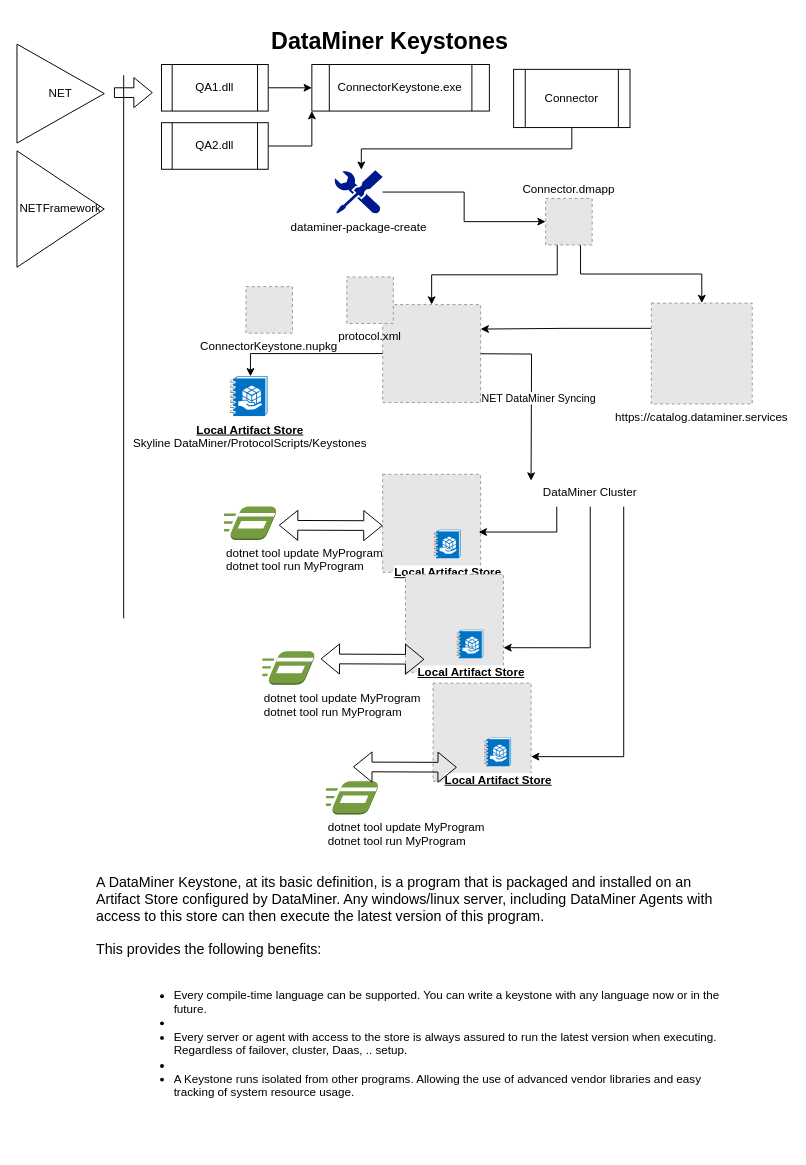
This is ConnectorAndScriptingKeystones.drawio from janstaelensskyline/DrawIO, a draw.io file, before an edit. Source tidied: cells renumbered, new cells numbered last; positions are measured from the earlier drawing's top-left corner, leaving out a move shared by most shapes. Both pictures are drawn from the tidied source at 97%, with x=0, y=0 at pixel (16, 16). Pictures stored in the file or linked from it are replaced by grey dashed boxes.
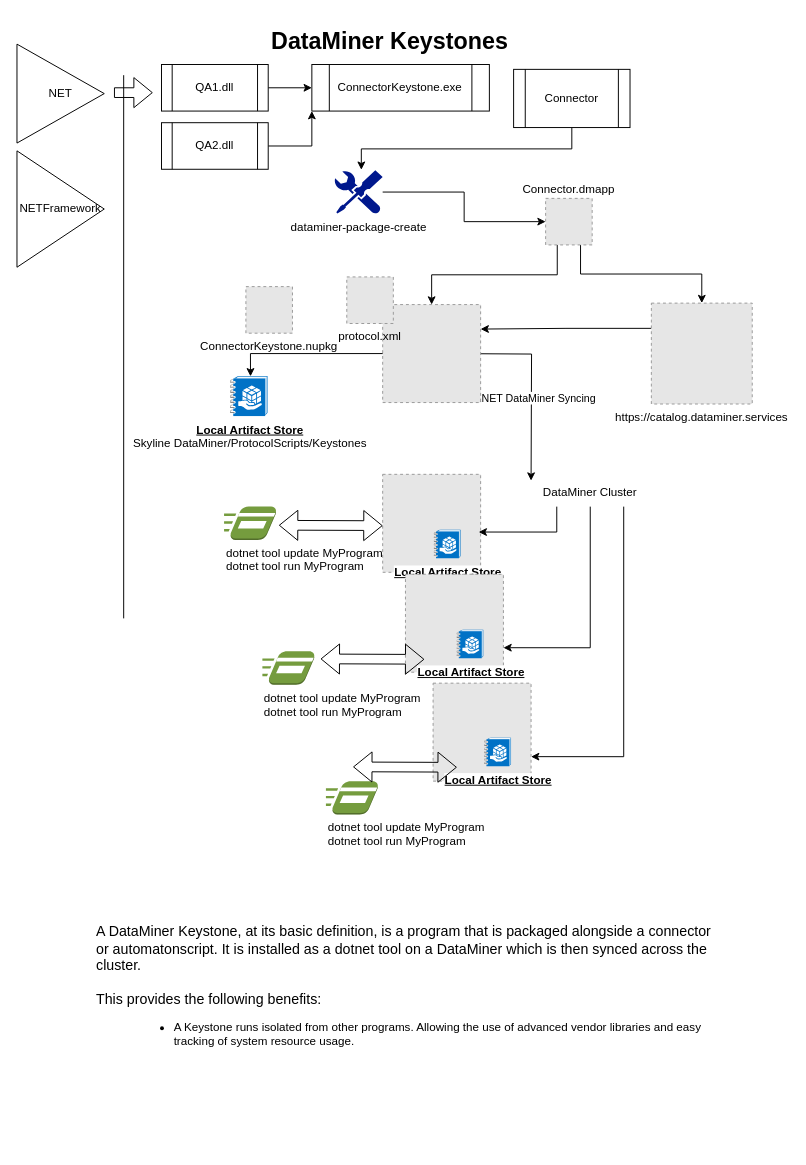
Above is the later version.

What changed in the source:
```diff
@@
-    <mxCell id="27" value="&lt;p style=&quot;margin:0in;font-family:Calibri;font-size:11.0pt&quot; lang=&quot;en-US&quot;&gt;A DataMiner Keystone, at its basic definition, is a program that is packaged and installed on an Artifact Store configured by DataMiner. Any windows/linux server, including DataMiner Agents with access to this store can then execute the latest version of this program.&lt;/p&gt;&lt;p style=&quot;margin:0in;font-family:Calibri;font-size:11.0pt&quot; lang=&quot;en-US&quot;&gt;&lt;br&gt;&lt;/p&gt;&lt;p style=&quot;margin:0in;font-family:Calibri;font-size:11.0pt&quot; lang=&quot;en-US&quot;&gt;This provides the following benefits:&lt;/p&gt;&lt;p style=&quot;margin:0in;font-family:Calibri;font-size:11.0pt&quot; lang=&quot;en-US&quot;&gt;&lt;br&gt;&lt;/p&gt;&lt;blockquote style=&quot;margin: 0 0 0 40px; border: none; padding: 0px;&quot;&gt;&lt;p style=&quot;margin:0in;font-family:Calibri;font-size:11.0pt&quot; lang=&quot;en-US&quot;&gt;&lt;/p&gt;&lt;ul&gt;&lt;li&gt;Every compile-time language can be supported. You can write a keystone with any language now or in the future.&lt;/li&gt;&lt;li&gt;&lt;br&gt;&lt;/li&gt;&lt;li&gt;Every server or agent with access to the store is always assured to run the latest version when executing. Regardless of failover, cluster, Daas, .. setup.&lt;/li&gt;&lt;li&gt;&lt;br&gt;&lt;/li&gt;&lt;li&gt;A Keystone runs isolated from other programs. Allowing the use of advanced vendor libraries and easy tracking of system resource usage.&lt;/li&gt;&lt;/ul&gt;&lt;p&gt;&lt;/p&gt;&lt;/blockquote&gt;&lt;p style=&quot;margin:0in;font-family:Calibri;font-size:11.0pt&quot; lang=&quot;en-US&quot;&gt;&lt;br&gt;&lt;/p&gt;" style="text;whiteSpace=wrap;html=1;" parent="1" vertex="1">
-      <mxGeometry x="80" y="877" width="650" height="290" as="geometry" />
+    <mxCell id="27" value="&lt;p style=&quot;margin:0in;font-family:Calibri;font-size:11.0pt&quot; lang=&quot;en-US&quot;&gt;A DataMiner Keystone, at its basic definition, is a program that is packaged alongside a connector or automatonscript. It is installed as a dotnet tool on a DataMiner which is then synced across the cluster.&amp;nbsp;&lt;/p&gt;&lt;p style=&quot;margin:0in;font-family:Calibri;font-size:11.0pt&quot; lang=&quot;en-US&quot;&gt;&lt;br&gt;&lt;/p&gt;&lt;p style=&quot;margin:0in;font-family:Calibri;font-size:11.0pt&quot; lang=&quot;en-US&quot;&gt;This provides the following benefits:&lt;/p&gt;&lt;blockquote style=&quot;margin: 0 0 0 40px; border: none; padding: 0px;&quot;&gt;&lt;ul&gt;&lt;li&gt;A Keystone runs isolated from other programs. Allowing the use of advanced vendor libraries and easy tracking of system resource usage.&lt;/li&gt;&lt;/ul&gt;&lt;p&gt;&lt;/p&gt;&lt;/blockquote&gt;&lt;p style=&quot;margin:0in;font-family:Calibri;font-size:11.0pt&quot; lang=&quot;en-US&quot;&gt;&lt;br&gt;&lt;/p&gt;" style="text;whiteSpace=wrap;html=1;" parent="1" vertex="1">
+      <mxGeometry x="80" y="928" width="650" height="181" as="geometry" />
     </mxCell>
```
